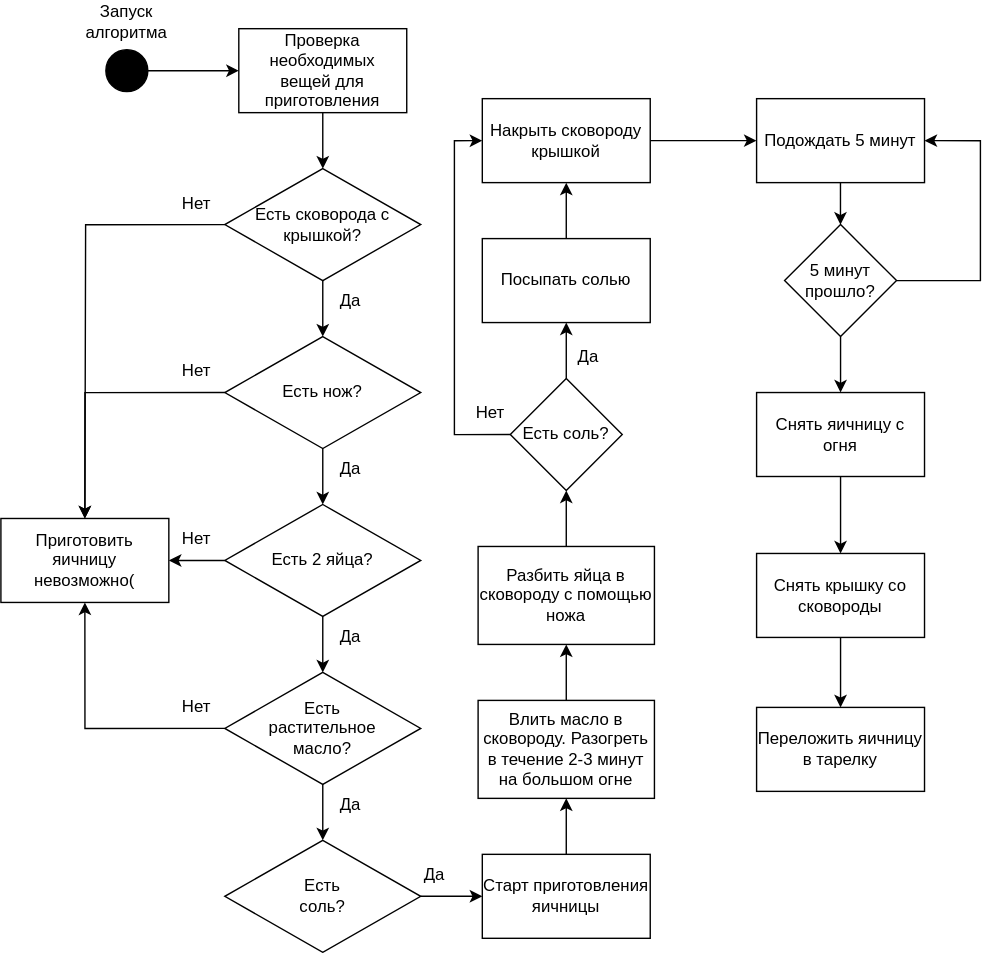
This is _assets/fried-eggs-scheme.svg from CibPsy/ozon-test-task, a draw.io export, as it was before one commit. Source tidied: cells renumbered, new cells last; positions are measured from the earlier drawing's top-left corner, leaving out a move shared by most shapes.
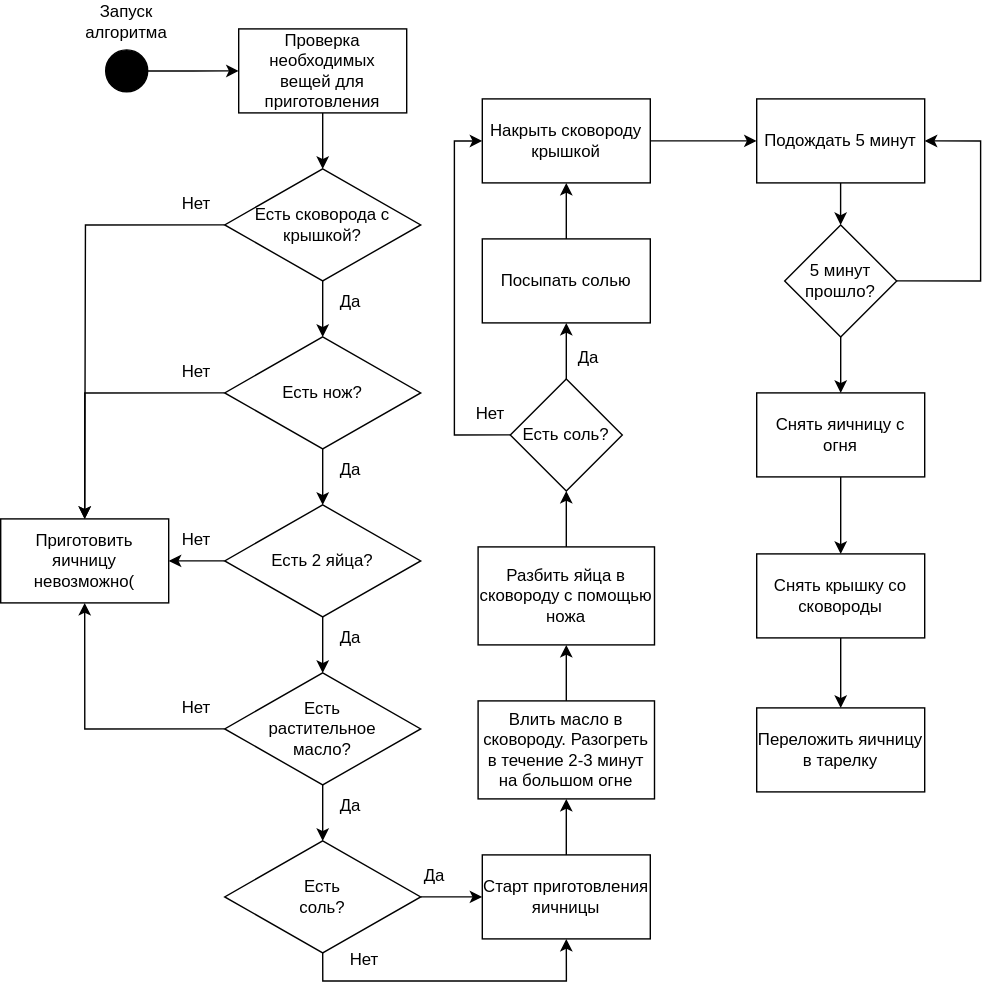
The same diagram one commit later.

What changed in the source:
```diff
@@ -57,6 +57,9 @@
     <mxCell id="18" style="edgeStyle=orthogonalEdgeStyle;rounded=0;jettySize=auto;html=1;" parent="1" edge="1" source="19" target="30">
       <mxGeometry relative="1" as="geometry" />
     </mxCell>
+    <mxCell id="56" style="edgeStyle=orthogonalEdgeStyle;rounded=0;jettySize=auto;html=1;exitX=0.5;exitY=1;exitDx=0;exitDy=0;entryX=0.5;entryY=1;entryDx=0;entryDy=0;" parent="1" edge="1" source="19" target="30">
+      <mxGeometry relative="1" as="geometry" />
+    </mxCell>
     <mxCell id="19" value="Есть &lt;br&gt;соль?" style="rhombus;whiteSpace=wrap;html=1;rounded=0;" parent="1" vertex="1">
       <mxGeometry x="160" y="600" width="140" height="80" as="geometry" />
     </mxCell>
@@ -173,5 +176,8 @@
     <mxCell id="55" value="Запуск алгоритма" style="text;html=1;strokeColor=none;fillColor=none;align=center;verticalAlign=middle;whiteSpace=wrap;rounded=0;" parent="1" vertex="1">
       <mxGeometry x="55" width="70" height="30" as="geometry" />
     </mxCell>
+    <mxCell id="57" value="Нет" style="text;html=1;strokeColor=none;fillColor=none;align=center;verticalAlign=middle;whiteSpace=wrap;rounded=0;" parent="1" vertex="1">
+      <mxGeometry x="230" y="670" width="60" height="30" as="geometry" />
+    </mxCell>
   </root>
 </mxGraphModel>
```
